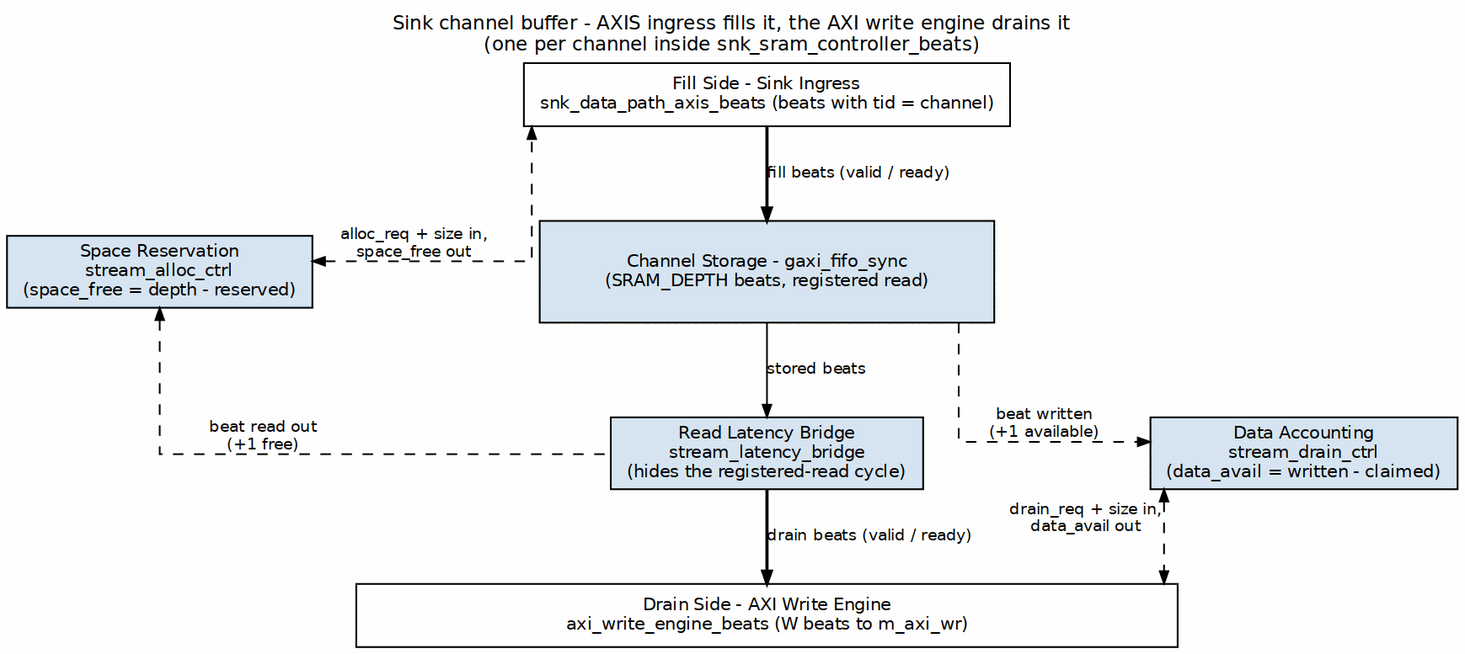
Above: projects/components/dma-ip/rapids/docs/rapids_beats_has/assets/graphviz/ch04_sink_buffering.png in sean-galloway/RTLDesignSherpa (Graphviz), before the change. Its source is kept beside it as projects/components/dma-ip/rapids/docs/rapids_beats_has/assets/graphviz/ch04_sink_buffering.dot.
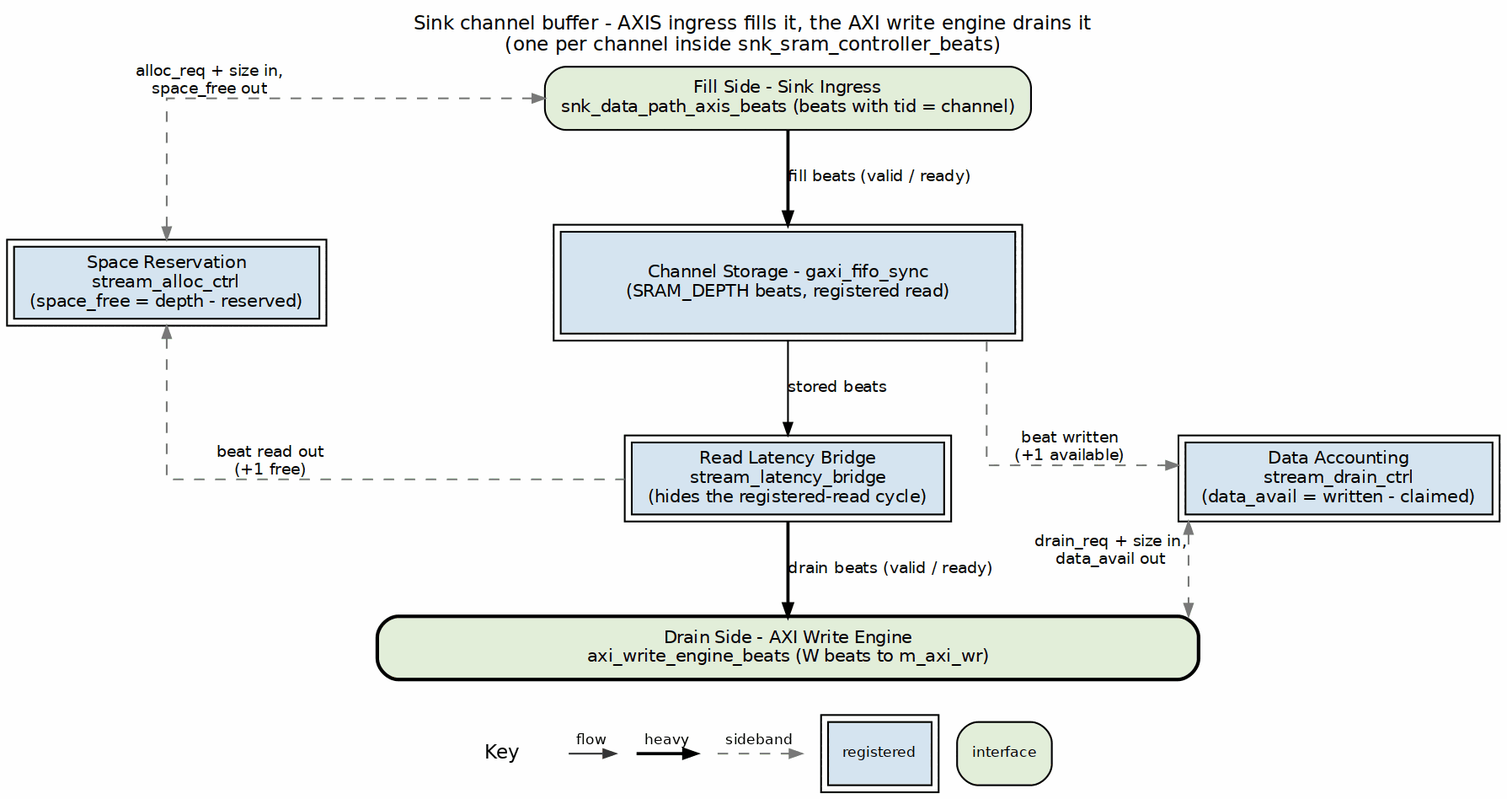
Later version of the same file.

The edit, as a diff of the source:
```diff
@@ -3,23 +3,23 @@
            nodesep="0.90", ranksep="0.60", splines=ortho,
            label="Sink channel buffer - AXIS ingress fills it, the AXI write engine drains it\n(one per channel inside snk_sram_controller_beats)", labelloc=t, labeljust=c];
     node  [fontname="Helvetica", fontsize=10, shape=box, style=filled,
-           fillcolor="#D6E4F0", color="black", margin="0.12,0.06"];
+           fillcolor="white", color="black", margin="0.12,0.06"];
     edge  [fontname="Helvetica", fontsize=9, color="black", arrowsize=0.7];
 
-    wr    [label="Fill Side - Sink Ingress\nsnk_data_path_axis_beats (beats with tid = channel)", fillcolor="white", group=C];
-    alloc [label="Space Reservation\nstream_alloc_ctrl\n(space_free = depth - reserved)", group=L];
-    fifo  [label="Channel Storage - gaxi_fifo_sync\n(SRAM_DEPTH beats, registered read)", width=3.6, height=0.8, group=C];
-    drain [label="Data Accounting\nstream_drain_ctrl\n(data_avail = written - claimed)", group=R];
-    lb    [label="Read Latency Bridge\nstream_latency_bridge\n(hides the registered-read cycle)", group=C];
-    rd    [label="Drain Side - AXI Write Engine\naxi_write_engine_beats (W beats to m_axi_wr)", fillcolor="white", width=6.5, group=C];
+    wr    [label="Fill Side - Sink Ingress\nsnk_data_path_axis_beats (beats with tid = channel)", fillcolor="white", group=C, style="rounded,filled", fillcolor="#E2EFDA"];
+    alloc [label="Space Reservation\nstream_alloc_ctrl\n(space_free = depth - reserved)", group=L, peripheries=2, style="filled", fillcolor="#D6E4F0"];
+    fifo  [label="Channel Storage - gaxi_fifo_sync\n(SRAM_DEPTH beats, registered read)", width=3.6, height=0.8, group=C, peripheries=2, style="filled", fillcolor="#D6E4F0"];
+    drain [label="Data Accounting\nstream_drain_ctrl\n(data_avail = written - claimed)", group=R, peripheries=2, style="filled", fillcolor="#D6E4F0"];
+    lb    [label="Read Latency Bridge\nstream_latency_bridge\n(hides the registered-read cycle)", group=C, peripheries=2, style="filled", fillcolor="#D6E4F0"];
+    rd    [label="Drain Side - AXI Write Engine\naxi_write_engine_beats (W beats to m_axi_wr)", fillcolor="white", width=6.5, group=C, style="rounded,filled,bold", fillcolor="#E2EFDA"];
 
     wr    -> fifo  [label="fill beats (valid / ready)", penwidth=1.8];
-    alloc -> wr    [dir=both, style=dashed, xlabel="alloc_req + size in,\nspace_free out"];
+    alloc -> wr    [dir=both, style=dashed, color="#777777", xlabel="alloc_req + size in,\nspace_free out"];
     fifo  -> lb    [label="stored beats"];
-    fifo  -> drain [style=dashed, xlabel="beat written\n(+1 available)"];
-    alloc -> lb    [dir=back, style=dashed, xlabel="beat read out\n(+1 free)"];
+    fifo  -> drain [style=dashed, color="#777777", xlabel="beat written\n(+1 available)"];
+    alloc -> lb    [dir=back, style=dashed, color="#777777", xlabel="beat read out\n(+1 free)"];
     lb    -> rd    [label="drain beats (valid / ready)", penwidth=1.8];
-    drain -> rd    [dir=both, style=dashed, xlabel="drain_req + size in,\ndata_avail out"];
+    drain -> rd    [dir=both, style=dashed, color="#777777", xlabel="drain_req + size in,\ndata_avail out"];
 
     { rank=same; alloc; fifo; }
     alloc -> fifo [style=invis];
```
